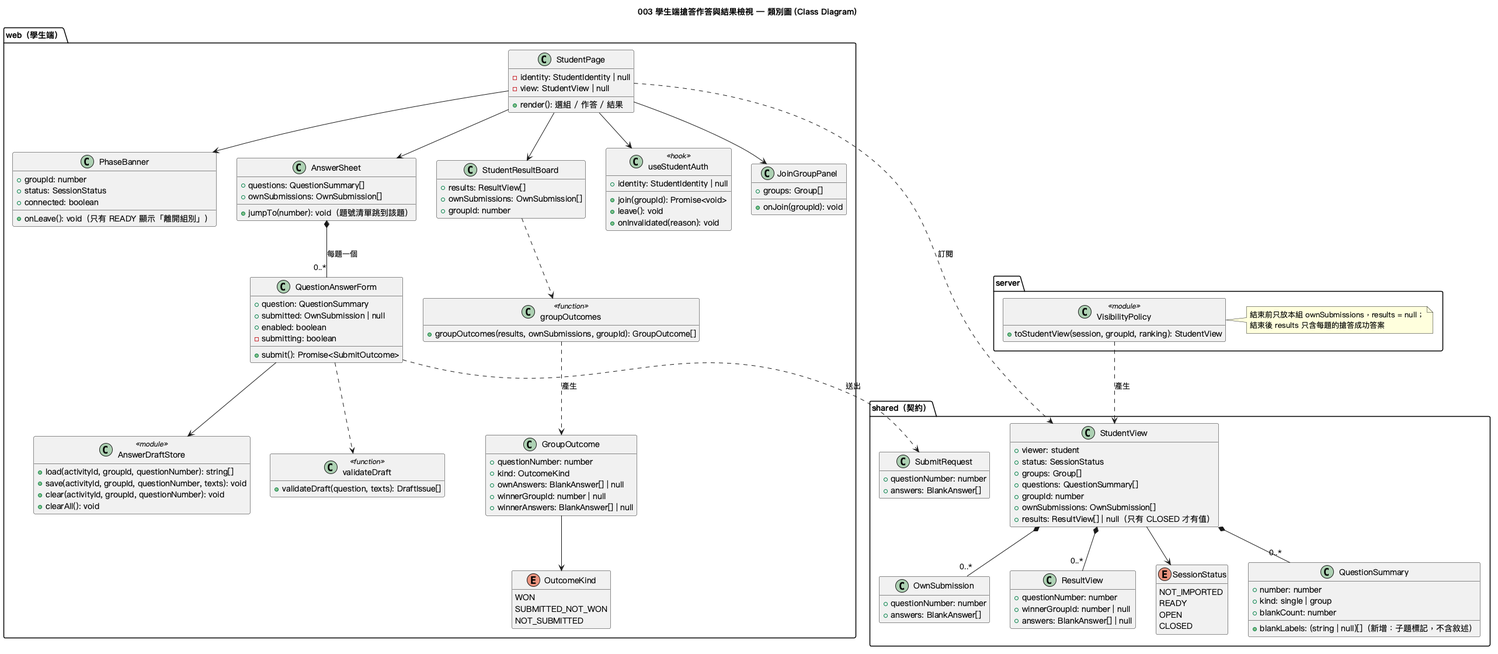
kevin20694569/classroom_response_system keeps this PlantUML diagram as diagrams/003-student-quiz-participation-class.png. Above is the earlier version.
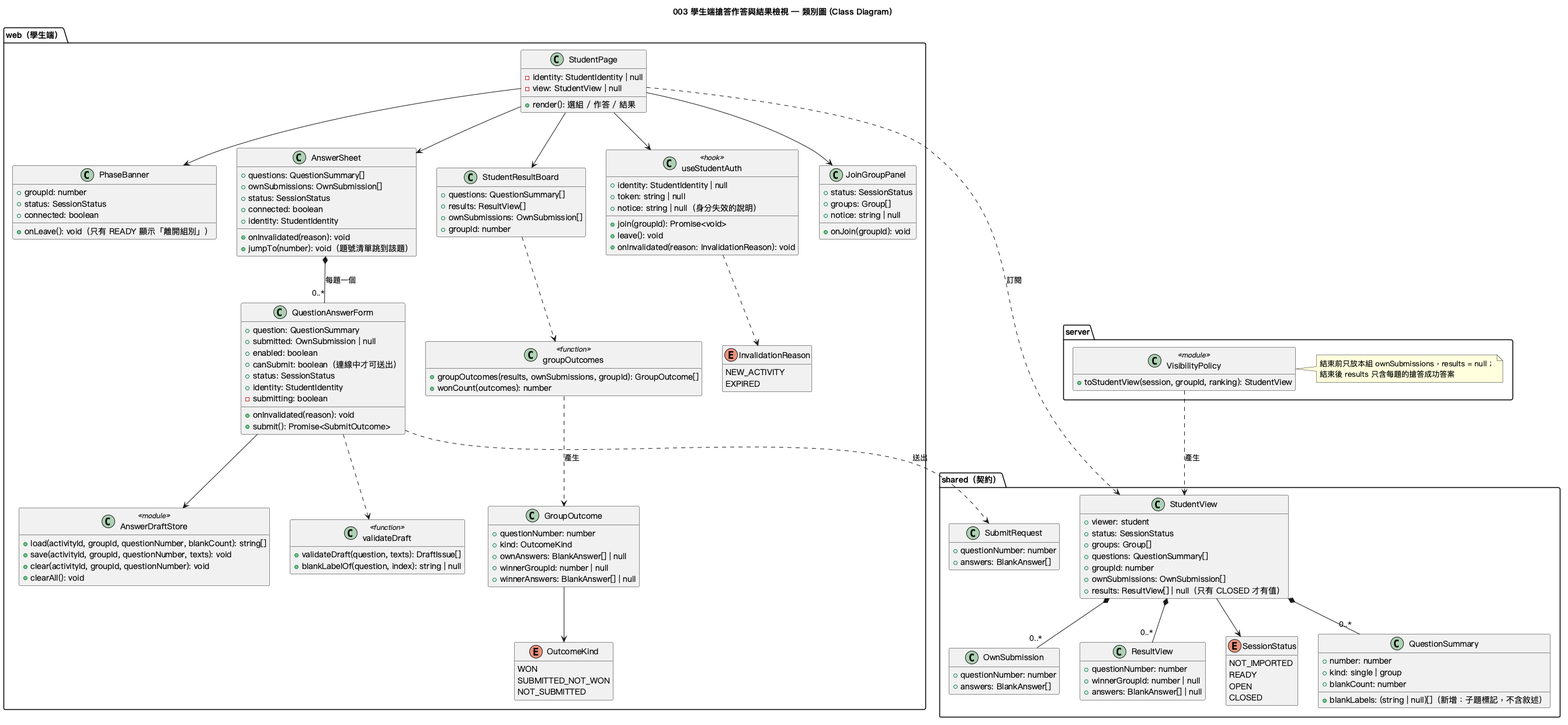
The same diagram one commit later.

Commit message:
docs(003): apply analyze fixes (class diagram props, same-group concurrency test, expiry timer)

Change to the diagram source:
```diff
@@ -63,12 +63,20 @@
   }
   class useStudentAuth <<hook>> {
     +identity: StudentIdentity | null
+    +token: string | null
+    +notice: string | null（身分失效的說明）
     +join(groupId): Promise<void>
     +leave(): void
-    +onInvalidated(reason): void
+    +onInvalidated(reason: InvalidationReason): void
+  }
+  enum InvalidationReason {
+    NEW_ACTIVITY
+    EXPIRED
   }
   class JoinGroupPanel {
+    +status: SessionStatus
     +groups: Group[]
+    +notice: string | null
     +onJoin(groupId): void
   }
   class PhaseBanner {
@@ -80,31 +88,42 @@
   class AnswerSheet {
     +questions: QuestionSummary[]
     +ownSubmissions: OwnSubmission[]
+    +status: SessionStatus
+    +connected: boolean
+    +identity: StudentIdentity
+    +onInvalidated(reason): void
     +jumpTo(number): void（題號清單跳到該題）
   }
   class QuestionAnswerForm {
     +question: QuestionSummary
     +submitted: OwnSubmission | null
     +enabled: boolean
+    +canSubmit: boolean（連線中才可送出）
+    +status: SessionStatus
+    +identity: StudentIdentity
+    +onInvalidated(reason): void
     -submitting: boolean
     +submit(): Promise<SubmitOutcome>
   }
   class AnswerDraftStore <<module>> {
-    +load(activityId, groupId, questionNumber): string[]
+    +load(activityId, groupId, questionNumber, blankCount): string[]
     +save(activityId, groupId, questionNumber, texts): void
     +clear(activityId, groupId, questionNumber): void
     +clearAll(): void
   }
   class validateDraft <<function>> {
     +validateDraft(question, texts): DraftIssue[]
+    +blankLabelOf(question, index): string | null
   }
   class StudentResultBoard {
+    +questions: QuestionSummary[]
     +results: ResultView[]
     +ownSubmissions: OwnSubmission[]
     +groupId: number
   }
   class groupOutcomes <<function>> {
     +groupOutcomes(results, ownSubmissions, groupId): GroupOutcome[]
+    +wonCount(outcomes): number
   }
   enum OutcomeKind {
     WON
@@ -120,6 +139,7 @@
   }
 
   StudentPage --> useStudentAuth
+  useStudentAuth ..> InvalidationReason
   StudentPage --> JoinGroupPanel
   StudentPage --> PhaseBanner
   StudentPage --> AnswerSheet
```
